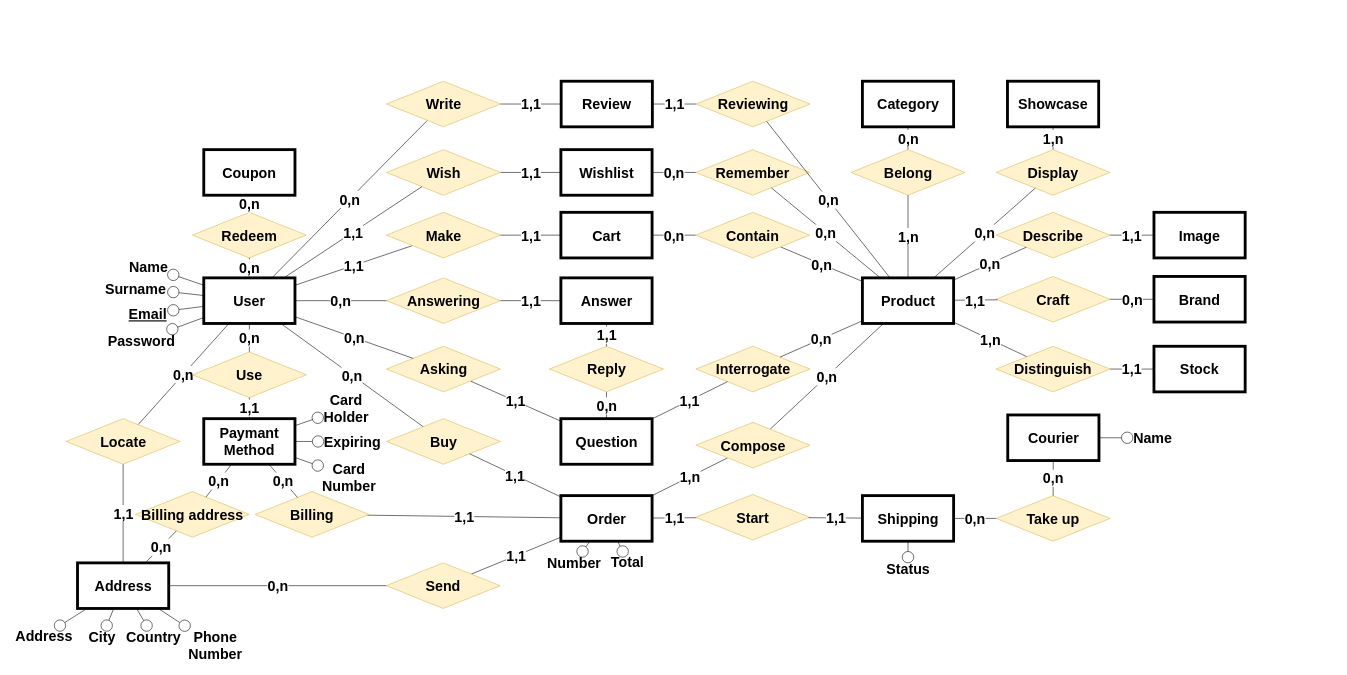
The draw.io diagram Tecnologie del web.drawio in Coccio98/Tecnologie-del-web, before the edit. Source tidied: cells renumbered, new cells numbered last; positions are measured from the earlier drawing's top-left corner, leaving out a move shared by most shapes. Both pictures are drawn from the tidied source at 57%, with x=0, y=0 at pixel (10, 81).
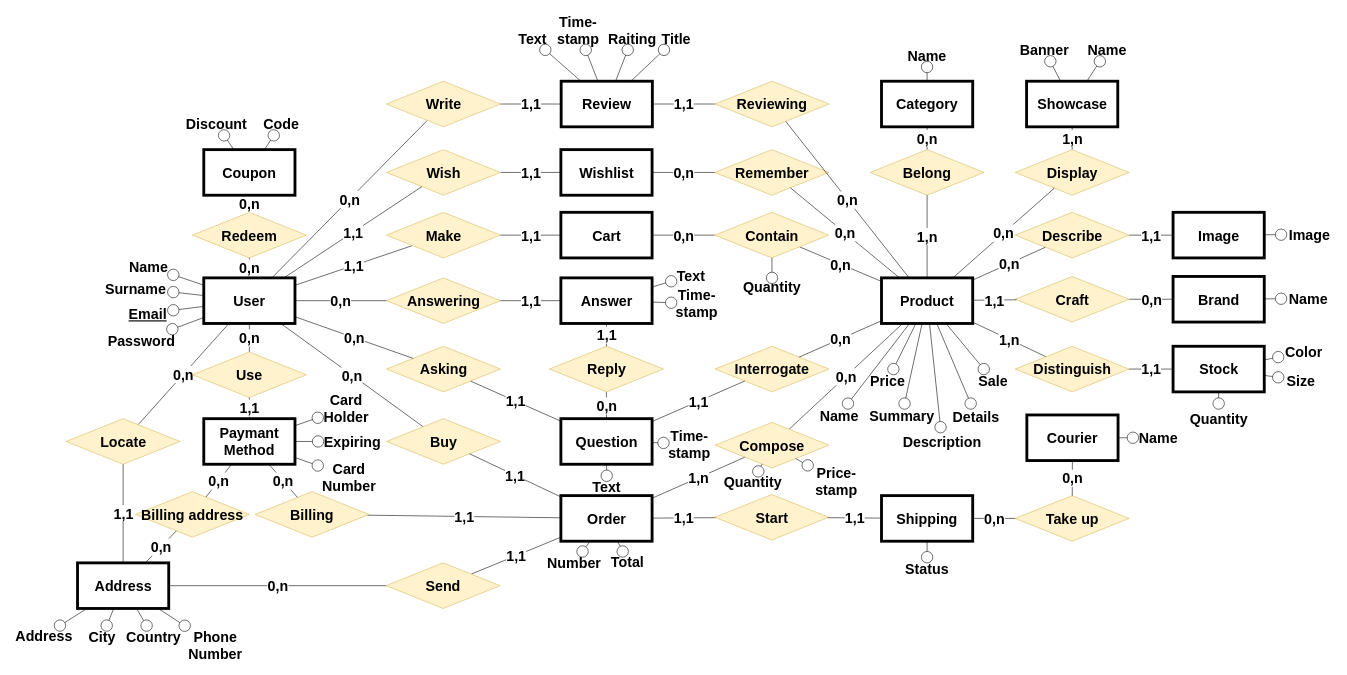
The same page after the edit.

The change refers to these unchanged cells:
```xml
<mxCell id="85" value="Coupon" style="rounded=0;whiteSpace=wrap;html=1;fontSize=25;fontStyle=1;strokeWidth=5;" parent="1" vertex="1">
  <mxGeometry x="340" y="120" width="160" height="80" as="geometry" />
</mxCell>
<mxCell id="86" value="Answer" style="rounded=0;whiteSpace=wrap;html=1;fontSize=25;fontStyle=1;strokeWidth=5;" parent="1" vertex="1">
  <mxGeometry x="966.5" y="345" width="160" height="80" as="geometry" />
</mxCell>
<mxCell id="87" value="Question" style="rounded=0;whiteSpace=wrap;html=1;fontSize=25;fontStyle=1;strokeWidth=5;" parent="1" vertex="1">
  <mxGeometry x="966.5" y="592" width="160" height="80" as="geometry" />
</mxCell>
<mxCell id="88" value="Review" style="rounded=0;whiteSpace=wrap;html=1;fontSize=25;fontStyle=1;strokeWidth=5;" parent="1" vertex="1">
  <mxGeometry x="967" width="160" height="80" as="geometry" />
</mxCell>
```

The edit, as a diff of the source:
```diff
@@
     <mxCell id="38" value="Start" style="rhombus;whiteSpace=wrap;html=1;fontSize=25;fontStyle=1;fillColor=#fff2cc;strokeColor=#d6b656;" parent="1" vertex="1">
-      <mxGeometry x="1203" y="725" width="200" height="80" as="geometry" />
+      <mxGeometry x="1236.5" y="725" width="200" height="80" as="geometry" />
     </mxCell>
@@
     <mxCell id="40" value="Take up" style="rhombus;whiteSpace=wrap;html=1;fontSize=25;fontStyle=1;fillColor=#fff2cc;strokeColor=#d6b656;" parent="1" vertex="1">
-      <mxGeometry x="1730" y="727" width="200" height="80" as="geometry" />
+      <mxGeometry x="1763.5" y="727" width="200" height="80" as="geometry" />
     </mxCell>
@@
     <mxCell id="43" value="Remember" style="rhombus;whiteSpace=wrap;html=1;fontSize=25;fontStyle=1;fillColor=#fff2cc;strokeColor=#d6b656;" parent="1" vertex="1">
-      <mxGeometry x="1203" y="120" width="200" height="80" as="geometry" />
+      <mxGeometry x="1236.5" y="120" width="200" height="80" as="geometry" />
     </mxCell>
     <mxCell id="44" value="Interrogate" style="rhombus;whiteSpace=wrap;html=1;fontSize=25;fontStyle=1;fillColor=#fff2cc;strokeColor=#d6b656;" parent="1" vertex="1">
-      <mxGeometry x="1203.5" y="465" width="200" height="80" as="geometry" />
+      <mxGeometry x="1237" y="465" width="200" height="80" as="geometry" />
     </mxCell>
     <mxCell id="45" value="Reviewing" style="rhombus;whiteSpace=wrap;html=1;fontSize=25;fontStyle=1;fillColor=#fff2cc;strokeColor=#d6b656;" parent="1" vertex="1">
-      <mxGeometry x="1203.5" width="200" height="80" as="geometry" />
+      <mxGeometry x="1237" width="200" height="80" as="geometry" />
     </mxCell>
@@
     <mxCell id="47" value="Belong" style="rhombus;whiteSpace=wrap;html=1;fontSize=25;fontStyle=1;fillColor=#fff2cc;strokeColor=#d6b656;" parent="1" vertex="1">
-      <mxGeometry x="1475.5" y="120" width="200" height="80" as="geometry" />
+      <mxGeometry x="1509" y="120" width="200" height="80" as="geometry" />
     </mxCell>
@@
     <mxCell id="49" value="Display" style="rhombus;whiteSpace=wrap;html=1;fontSize=25;fontStyle=1;fillColor=#fff2cc;strokeColor=#d6b656;" parent="1" vertex="1">
-      <mxGeometry x="1730" y="120" width="200" height="80" as="geometry" />
+      <mxGeometry x="1763.5" y="120" width="200" height="80" as="geometry" />
     </mxCell>
@@
     <mxCell id="51" value="Describe" style="rhombus;whiteSpace=wrap;html=1;fontSize=25;fontStyle=1;fillColor=#fff2cc;strokeColor=#d6b656;" parent="1" vertex="1">
-      <mxGeometry x="1730" y="230" width="200" height="80" as="geometry" />
+      <mxGeometry x="1763.5" y="230" width="200" height="80" as="geometry" />
     </mxCell>
     <mxCell id="52" value="Craft" style="rhombus;whiteSpace=wrap;html=1;fontSize=25;fontStyle=1;fillColor=#fff2cc;strokeColor=#d6b656;" parent="1" vertex="1">
-      <mxGeometry x="1730" y="342.5" width="200" height="80" as="geometry" />
+      <mxGeometry x="1763.5" y="342.5" width="200" height="80" as="geometry" />
     </mxCell>
@@
     <mxCell id="55" value="Distinguish" style="rhombus;whiteSpace=wrap;html=1;fontSize=25;fontStyle=1;fillColor=#fff2cc;strokeColor=#d6b656;" parent="1" vertex="1">
-      <mxGeometry x="1730" y="465" width="200" height="80" as="geometry" />
+      <mxGeometry x="1763.5" y="465" width="200" height="80" as="geometry" />
     </mxCell>
@@
     <mxCell id="79" value="Courier" style="rounded=0;whiteSpace=wrap;html=1;fontSize=25;fontStyle=1;strokeWidth=5;" parent="1" vertex="1">
-      <mxGeometry x="1750.5" y="585.5" width="160" height="80" as="geometry" />
+      <mxGeometry x="1784" y="585.5" width="160" height="80" as="geometry" />
     </mxCell>
     <mxCell id="80" value="Shipping" style="rounded=0;whiteSpace=wrap;html=1;fontSize=25;fontStyle=1;strokeWidth=5;" parent="1" vertex="1">
-      <mxGeometry x="1495.5" y="727" width="160" height="80" as="geometry" />
+      <mxGeometry x="1529" y="727" width="160" height="80" as="geometry" />
     </mxCell>
@@
     <mxCell id="83" value="Compose" style="rhombus;whiteSpace=wrap;html=1;fontSize=25;fontStyle=1;fillColor=#fff2cc;strokeColor=#d6b656;" parent="1" vertex="1">
-      <mxGeometry x="1203.5" y="598.5" width="200" height="80" as="geometry" />
+      <mxGeometry x="1237" y="598.5" width="200" height="80" as="geometry" />
     </mxCell>
     <mxCell id="84" value="Contain" style="rhombus;whiteSpace=wrap;html=1;fontSize=25;fontStyle=1;fillColor=#fff2cc;strokeColor=#d6b656;" parent="1" vertex="1">
-      <mxGeometry x="1203" y="230" width="200" height="80" as="geometry" />
+      <mxGeometry x="1236.5" y="230" width="200" height="80" as="geometry" />
     </mxCell>
@@
     <mxCell id="89" value="Product" style="rounded=0;whiteSpace=wrap;html=1;fontSize=25;fontStyle=1;strokeWidth=5;" parent="1" vertex="1">
-      <mxGeometry x="1495.5" y="345" width="160" height="80" as="geometry" />
+      <mxGeometry x="1529" y="345" width="160" height="80" as="geometry" />
     </mxCell>
     <mxCell id="90" value="Stock" style="rounded=0;whiteSpace=wrap;html=1;fontSize=25;fontStyle=1;strokeWidth=5;" parent="1" vertex="1">
-      <mxGeometry x="2007" y="465" width="160" height="80" as="geometry" />
+      <mxGeometry x="2040.5" y="465" width="160" height="80" as="geometry" />
     </mxCell>
     <mxCell id="91" value="Brand" style="rounded=0;whiteSpace=wrap;html=1;fontSize=25;fontStyle=1;strokeWidth=5;" parent="1" vertex="1">
-      <mxGeometry x="2007" y="342.5" width="160" height="80" as="geometry" />
+      <mxGeometry x="2040.5" y="342.5" width="160" height="80" as="geometry" />
     </mxCell>
     <mxCell id="92" value="Image" style="rounded=0;whiteSpace=wrap;html=1;fontSize=25;fontStyle=1;strokeWidth=5;" parent="1" vertex="1">
-      <mxGeometry x="2007" y="230" width="160" height="80" as="geometry" />
+      <mxGeometry x="2040.5" y="230" width="160" height="80" as="geometry" />
     </mxCell>
     <mxCell id="93" value="Showcase" style="rounded=0;whiteSpace=wrap;html=1;fontSize=25;fontStyle=1;strokeWidth=5;" parent="1" vertex="1">
-      <mxGeometry x="1750" width="160" height="80" as="geometry" />
+      <mxGeometry x="1783.5" width="160" height="80" as="geometry" />
     </mxCell>
     <mxCell id="94" value="Category" style="rounded=0;whiteSpace=wrap;html=1;fontSize=25;fontStyle=1;strokeWidth=5;" parent="1" vertex="1">
-      <mxGeometry x="1495.5" width="160" height="80" as="geometry" />
+      <mxGeometry x="1529" width="160" height="80" as="geometry" />
     </mxCell>
@@
     <mxCell id="111" value="Name" style="text;html=1;strokeColor=none;fillColor=none;align=center;verticalAlign=middle;whiteSpace=wrap;rounded=0;fontSize=25;fontStyle=1;" parent="1" vertex="1">
-      <mxGeometry x="1960" y="605.5" width="90" height="40" as="geometry" />
+      <mxGeometry x="1970" y="605.5" width="90" height="40" as="geometry" />
     </mxCell>
@@
     <mxCell id="113" value="Status" style="text;html=1;strokeColor=none;fillColor=none;align=center;verticalAlign=middle;whiteSpace=wrap;rounded=0;fontSize=25;fontStyle=1;" parent="1" vertex="1">
-      <mxGeometry x="1525.5" y="835" width="100" height="40" as="geometry" />
+      <mxGeometry x="1559" y="835" width="100" height="40" as="geometry" />
     </mxCell>
@@
+    <mxCell id="125" value="Text" style="text;html=1;strokeColor=none;fillColor=none;align=center;verticalAlign=middle;whiteSpace=wrap;rounded=0;fontSize=25;fontStyle=1;" parent="1" vertex="1">
+      <mxGeometry x="1160" y="320.5" width="70" height="40" as="geometry" />
+    </mxCell>
+    <mxCell id="126" style="endArrow=none;html=1;fontSize=25;startArrow=oval;startFill=0;startSize=20;fontStyle=1;" parent="1" edge="1" source="125" target="86">
+      <mxGeometry relative="1" as="geometry" />
+    </mxCell>
+    <mxCell id="127" value="Time-stamp" style="text;html=1;strokeColor=none;fillColor=none;align=center;verticalAlign=middle;whiteSpace=wrap;rounded=0;fontSize=25;fontStyle=1;" parent="1" vertex="1">
+      <mxGeometry x="1160" y="365" width="90" height="50" as="geometry" />
+    </mxCell>
+    <mxCell id="128" style="endArrow=none;html=1;fontSize=25;startArrow=oval;startFill=0;startSize=20;fontStyle=1;" parent="1" edge="1" source="127" target="86">
+      <mxGeometry relative="1" as="geometry" />
+    </mxCell>
+    <mxCell id="129" value="Text" style="text;html=1;strokeColor=none;fillColor=none;align=center;verticalAlign=middle;whiteSpace=wrap;rounded=0;fontSize=25;fontStyle=1;" parent="1" vertex="1">
+      <mxGeometry x="1012" y="692.2" width="70" height="40" as="geometry" />
+    </mxCell>
+    <mxCell id="130" style="endArrow=none;html=1;fontSize=25;startArrow=oval;startFill=0;startSize=20;fontStyle=1;" parent="1" edge="1" source="129" target="87">
+      <mxGeometry relative="1" as="geometry" />
+    </mxCell>
+    <mxCell id="131" value="Time-stamp" style="text;html=1;strokeColor=none;fillColor=none;align=center;verticalAlign=middle;whiteSpace=wrap;rounded=0;fontSize=25;fontStyle=1;" parent="1" vertex="1">
+      <mxGeometry x="1146.5" y="610.6" width="90" height="50" as="geometry" />
+    </mxCell>
+    <mxCell id="132" style="endArrow=none;html=1;fontSize=25;startArrow=oval;startFill=0;startSize=20;fontStyle=1;" parent="1" edge="1" source="131" target="87">
+      <mxGeometry relative="1" as="geometry" />
+    </mxCell>
+    <mxCell id="133" style="endArrow=none;html=1;fontSize=15;startArrow=oval;startFill=0;strokeWidth=1;startSize=20;" parent="1" edge="1" source="134" target="85">
+      <mxGeometry relative="1" as="geometry" />
+    </mxCell>
+    <mxCell id="134" value="Code" style="text;html=1;strokeColor=none;fillColor=none;align=center;verticalAlign=middle;whiteSpace=wrap;rounded=0;fontSize=25;fontStyle=1;" parent="1" vertex="1">
+      <mxGeometry x="439" y="55" width="74" height="40" as="geometry" />
+    </mxCell>
+    <mxCell id="135" style="endArrow=none;html=1;fontSize=15;startArrow=oval;startFill=0;strokeWidth=1;startSize=20;" parent="1" edge="1" source="136" target="85">
+      <mxGeometry relative="1" as="geometry" />
+    </mxCell>
+    <mxCell id="136" value="Discount" style="text;html=1;strokeColor=none;fillColor=none;align=center;verticalAlign=middle;whiteSpace=wrap;rounded=0;fontSize=25;fontStyle=1;" parent="1" vertex="1">
+      <mxGeometry x="298.5" y="55" width="127" height="40" as="geometry" />
+    </mxCell>
+    <mxCell id="137" value="Text" style="text;html=1;strokeColor=none;fillColor=none;align=center;verticalAlign=middle;whiteSpace=wrap;rounded=0;fontSize=25;fontStyle=1;" parent="1" vertex="1">
+      <mxGeometry x="886.5" y="-95" width="60" height="40" as="geometry" />
+    </mxCell>
+    <mxCell id="138" style="endArrow=none;html=1;fontSize=25;startArrow=oval;startFill=0;startSize=20;fontStyle=1;" parent="1" edge="1" source="137" target="88">
+      <mxGeometry relative="1" as="geometry" />
+    </mxCell>
+    <mxCell id="139" value="Time-stamp" style="text;html=1;strokeColor=none;fillColor=none;align=center;verticalAlign=middle;whiteSpace=wrap;rounded=0;fontSize=25;fontStyle=1;" parent="1" vertex="1">
+      <mxGeometry x="946.5" y="-125" width="100" height="70" as="geometry" />
+    </mxCell>
+    <mxCell id="140" style="endArrow=none;html=1;fontSize=25;startArrow=oval;startFill=0;startSize=20;fontStyle=1;" parent="1" edge="1" source="139" target="88">
+      <mxGeometry relative="1" as="geometry" />
+    </mxCell>
+    <mxCell id="141" value="Raiting" style="text;html=1;strokeColor=none;fillColor=none;align=center;verticalAlign=middle;whiteSpace=wrap;rounded=0;fontSize=25;fontStyle=1;" parent="1" vertex="1">
+      <mxGeometry x="1036.5" y="-95" width="110" height="40" as="geometry" />
+    </mxCell>
+    <mxCell id="142" style="endArrow=none;html=1;fontSize=25;startArrow=oval;startFill=0;startSize=20;fontStyle=1;" parent="1" edge="1" source="141" target="88">
+      <mxGeometry relative="1" as="geometry" />
+    </mxCell>
+    <mxCell id="143" value="Title" style="text;html=1;strokeColor=none;fillColor=none;align=center;verticalAlign=middle;whiteSpace=wrap;rounded=0;fontSize=25;fontStyle=1;" parent="1" vertex="1">
+      <mxGeometry x="1138.5" y="-95" width="60" height="40" as="geometry" />
+    </mxCell>
+    <mxCell id="144" style="endArrow=none;html=1;fontSize=25;startArrow=oval;startFill=0;startSize=20;fontStyle=1;" parent="1" edge="1" source="143" target="88">
+      <mxGeometry relative="1" as="geometry" />
+    </mxCell>
+    <mxCell id="145" style="endArrow=none;html=1;fontSize=15;startArrow=oval;startFill=0;strokeWidth=1;startSize=20;" parent="1" edge="1" source="146" target="94">
+      <mxGeometry relative="1" as="geometry" />
+    </mxCell>
+    <mxCell id="146" value="Name" style="text;html=1;strokeColor=none;fillColor=none;align=center;verticalAlign=middle;whiteSpace=wrap;rounded=0;fontSize=25;fontStyle=1;" parent="1" vertex="1">
+      <mxGeometry x="1564.2" y="-65" width="89.5" height="40" as="geometry" />
+    </mxCell>
+    <mxCell id="147" style="endArrow=none;html=1;startArrow=oval;startFill=0;startSize=20;fontStyle=1;" parent="1" edge="1" source="148" target="93">
+      <mxGeometry relative="1" as="geometry" />
+    </mxCell>
+    <mxCell id="148" value="Banner" style="text;html=1;strokeColor=none;fillColor=none;align=center;verticalAlign=middle;whiteSpace=wrap;rounded=0;fontSize=25;fontStyle=1;" parent="1" vertex="1">
+      <mxGeometry x="1770" y="-75" width="90" height="40" as="geometry" />
+    </mxCell>
+    <mxCell id="149" style="endArrow=none;html=1;fontSize=15;startArrow=oval;startFill=0;strokeWidth=1;startSize=20;" parent="1" edge="1" source="150" target="93">
+      <mxGeometry relative="1" as="geometry" />
+    </mxCell>
+    <mxCell id="150" value="Name" style="text;html=1;strokeColor=none;fillColor=none;align=center;verticalAlign=middle;whiteSpace=wrap;rounded=0;fontSize=25;fontStyle=1;" parent="1" vertex="1">
+      <mxGeometry x="1880" y="-75" width="90" height="40" as="geometry" />
+    </mxCell>
+    <mxCell id="151" style="endArrow=none;html=1;fontSize=15;startArrow=oval;startFill=0;strokeWidth=1;startSize=20;" parent="1" edge="1" source="152" target="89">
+      <mxGeometry relative="1" as="geometry" />
+    </mxCell>
+    <mxCell id="152" value="Name" style="text;html=1;strokeColor=none;fillColor=none;align=center;verticalAlign=middle;whiteSpace=wrap;rounded=0;fontSize=25;fontStyle=1;" parent="1" vertex="1">
+      <mxGeometry x="1410" y="565.5" width="89.5" height="40" as="geometry" />
+    </mxCell>
+    <mxCell id="153" value="Summary" style="text;html=1;strokeColor=none;fillColor=none;align=center;verticalAlign=middle;whiteSpace=wrap;rounded=0;fontSize=25;fontStyle=1;" parent="1" vertex="1">
+      <mxGeometry x="1490" y="565.5" width="150" height="40" as="geometry" />
+    </mxCell>
+    <mxCell id="154" style="endArrow=none;html=1;fontSize=25;startArrow=oval;startFill=0;startSize=20;fontStyle=1;" parent="1" edge="1" source="153" target="89">
+      <mxGeometry relative="1" as="geometry" />
+    </mxCell>
+    <mxCell id="155" value="Price" style="text;html=1;strokeColor=none;fillColor=none;align=center;verticalAlign=middle;whiteSpace=wrap;rounded=0;fontSize=25;fontStyle=1;" parent="1" vertex="1">
+      <mxGeometry x="1490" y="505" width="100" height="40" as="geometry" />
+    </mxCell>
+    <mxCell id="156" style="endArrow=none;html=1;fontSize=25;startArrow=oval;startFill=0;startSize=20;fontStyle=1;" parent="1" edge="1" source="155" target="89">
+      <mxGeometry relative="1" as="geometry" />
+    </mxCell>
+    <mxCell id="157" value="Sale" style="text;html=1;strokeColor=none;fillColor=none;align=center;verticalAlign=middle;whiteSpace=wrap;rounded=0;fontSize=25;fontStyle=1;" parent="1" vertex="1">
+      <mxGeometry x="1680" y="505" width="90" height="40" as="geometry" />
+    </mxCell>
+    <mxCell id="158" style="endArrow=none;html=1;fontSize=25;startArrow=oval;startFill=0;startSize=20;fontStyle=1;" parent="1" edge="1" source="159" target="89">
+      <mxGeometry relative="1" as="geometry" />
+    </mxCell>
+    <mxCell id="159" value="Description" style="text;html=1;strokeColor=none;fillColor=none;align=center;verticalAlign=middle;whiteSpace=wrap;rounded=0;fontSize=25;fontStyle=1;" parent="1" vertex="1">
+      <mxGeometry x="1550" y="607" width="170.5" height="50" as="geometry" />
+    </mxCell>
+    <mxCell id="160" style="endArrow=none;html=1;fontSize=25;startArrow=oval;startFill=0;startSize=20;fontStyle=1;" parent="1" edge="1" source="157" target="89">
+      <mxGeometry relative="1" as="geometry" />
+    </mxCell>
+    <mxCell id="161" value="Details" style="text;html=1;strokeColor=none;fillColor=none;align=center;verticalAlign=middle;whiteSpace=wrap;rounded=0;fontSize=25;fontStyle=1;" parent="1" vertex="1">
+      <mxGeometry x="1640" y="565.5" width="110" height="45" as="geometry" />
+    </mxCell>
+    <mxCell id="162" style="endArrow=none;html=1;fontSize=25;startArrow=oval;startFill=0;startSize=20;fontStyle=1;" parent="1" edge="1" source="161" target="89">
+      <mxGeometry relative="1" as="geometry" />
+    </mxCell>
+    <mxCell id="163" value="Quantity" style="text;html=1;strokeColor=none;fillColor=none;align=center;verticalAlign=middle;whiteSpace=wrap;rounded=0;fontSize=25;fontStyle=1;" parent="1" vertex="1">
+      <mxGeometry x="1277" y="345" width="120" height="30" as="geometry" />
+    </mxCell>
+    <mxCell id="164" style="endArrow=none;html=1;fontSize=25;startArrow=oval;startFill=0;startSize=20;fontStyle=1;" parent="1" edge="1" source="163" target="84">
+      <mxGeometry relative="1" as="geometry" />
+    </mxCell>
+    <mxCell id="165" value="Quantity" style="text;html=1;strokeColor=none;fillColor=none;align=center;verticalAlign=middle;whiteSpace=wrap;rounded=0;fontSize=25;fontStyle=1;" parent="1" vertex="1">
+      <mxGeometry x="1250" y="684.5" width="107" height="35.5" as="geometry" />
+    </mxCell>
+    <mxCell id="166" style="endArrow=none;html=1;fontSize=25;startArrow=oval;startFill=0;startSize=20;fontStyle=1;" parent="1" edge="1" source="165" target="83">
+      <mxGeometry relative="1" as="geometry" />
+    </mxCell>
+    <mxCell id="167" style="endArrow=none;html=1;fontSize=25;startArrow=oval;startFill=0;startSize=20;fontStyle=1;" parent="1" edge="1" source="168" target="83">
+      <mxGeometry relative="1" as="geometry" />
+    </mxCell>
+    <mxCell id="168" value="Price-stamp" style="text;html=1;strokeColor=none;fillColor=none;align=center;verticalAlign=middle;whiteSpace=wrap;rounded=0;fontSize=25;fontStyle=1;" parent="1" vertex="1">
+      <mxGeometry x="1399.5" y="672.2" width="100" height="60" as="geometry" />
+    </mxCell>
+    <mxCell id="169" style="endArrow=none;html=1;fontSize=15;startArrow=oval;startFill=0;strokeWidth=1;startSize=20;" parent="1" edge="1" source="170" target="92">
+      <mxGeometry relative="1" as="geometry" />
+    </mxCell>
+    <mxCell id="170" value="Image" style="text;html=1;strokeColor=none;fillColor=none;align=center;verticalAlign=middle;whiteSpace=wrap;rounded=0;fontSize=25;fontStyle=1;" parent="1" vertex="1">
+      <mxGeometry x="2230" y="248.8" width="100" height="40" as="geometry" />
+    </mxCell>
+    <mxCell id="171" style="endArrow=none;html=1;fontSize=15;startArrow=oval;startFill=0;strokeWidth=1;startSize=20;" parent="1" edge="1" source="172" target="91">
+      <mxGeometry relative="1" as="geometry" />
+    </mxCell>
+    <mxCell id="172" value="Name" style="text;html=1;strokeColor=none;fillColor=none;align=center;verticalAlign=middle;whiteSpace=wrap;rounded=0;fontSize=25;fontStyle=1;" parent="1" vertex="1">
+      <mxGeometry x="2230" y="361.2" width="95.5" height="40" as="geometry" />
+    </mxCell>
+    <mxCell id="173" value="Color" style="text;html=1;strokeColor=none;fillColor=none;align=center;verticalAlign=middle;whiteSpace=wrap;rounded=0;fontSize=25;fontStyle=1;" parent="1" vertex="1">
+      <mxGeometry x="2225" y="455" width="90" height="40" as="geometry" />
+    </mxCell>
+    <mxCell id="174" value="Quantity" style="text;html=1;strokeColor=none;fillColor=none;align=center;verticalAlign=middle;whiteSpace=wrap;rounded=0;fontSize=25;fontStyle=1;" parent="1" vertex="1">
+      <mxGeometry x="2057.8" y="565.5" width="125.5" height="50" as="geometry" />
+    </mxCell>
+    <mxCell id="175" value="Size" style="text;html=1;strokeColor=none;fillColor=none;align=center;verticalAlign=middle;whiteSpace=wrap;rounded=0;fontSize=25;fontStyle=1;" parent="1" vertex="1">
+      <mxGeometry x="2225" y="505" width="80" height="40" as="geometry" />
+    </mxCell>
+    <mxCell id="176" style="endArrow=none;html=1;fontSize=25;startArrow=oval;startFill=0;startSize=20;fontStyle=1;" parent="1" edge="1" source="174" target="90">
+      <mxGeometry relative="1" as="geometry" />
+    </mxCell>
+    <mxCell id="177" style="endArrow=none;html=1;fontSize=25;startArrow=oval;startFill=0;startSize=20;fontStyle=1;" parent="1" edge="1" source="175" target="90">
+      <mxGeometry relative="1" as="geometry" />
+    </mxCell>
+    <mxCell id="178" style="endArrow=none;html=1;fontSize=25;startArrow=oval;startFill=0;startSize=20;fontStyle=1;" parent="1" edge="1" source="173" target="90">
+      <mxGeometry relative="1" as="geometry" />
+    </mxCell>
```
